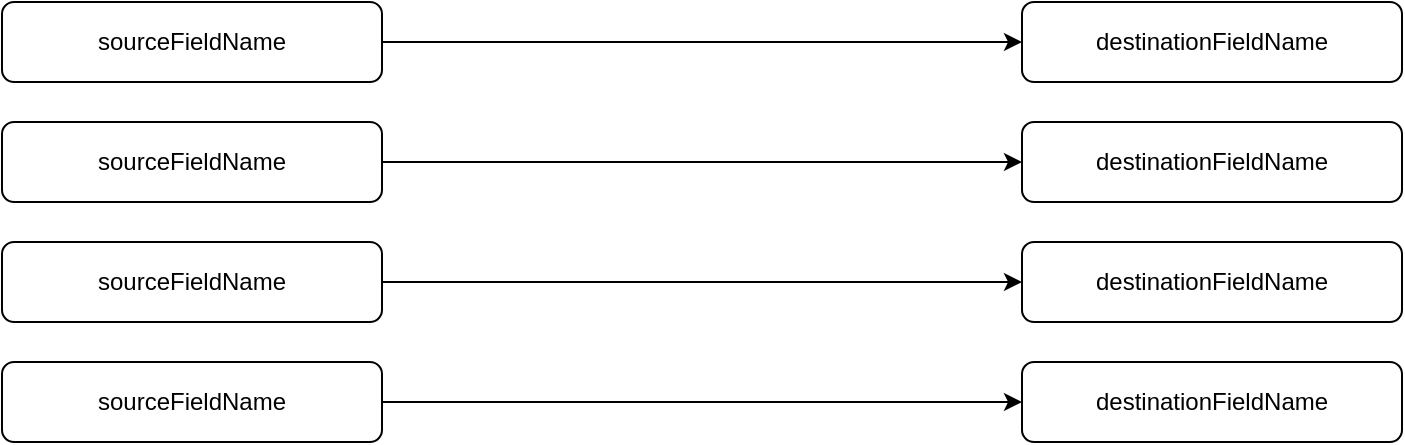
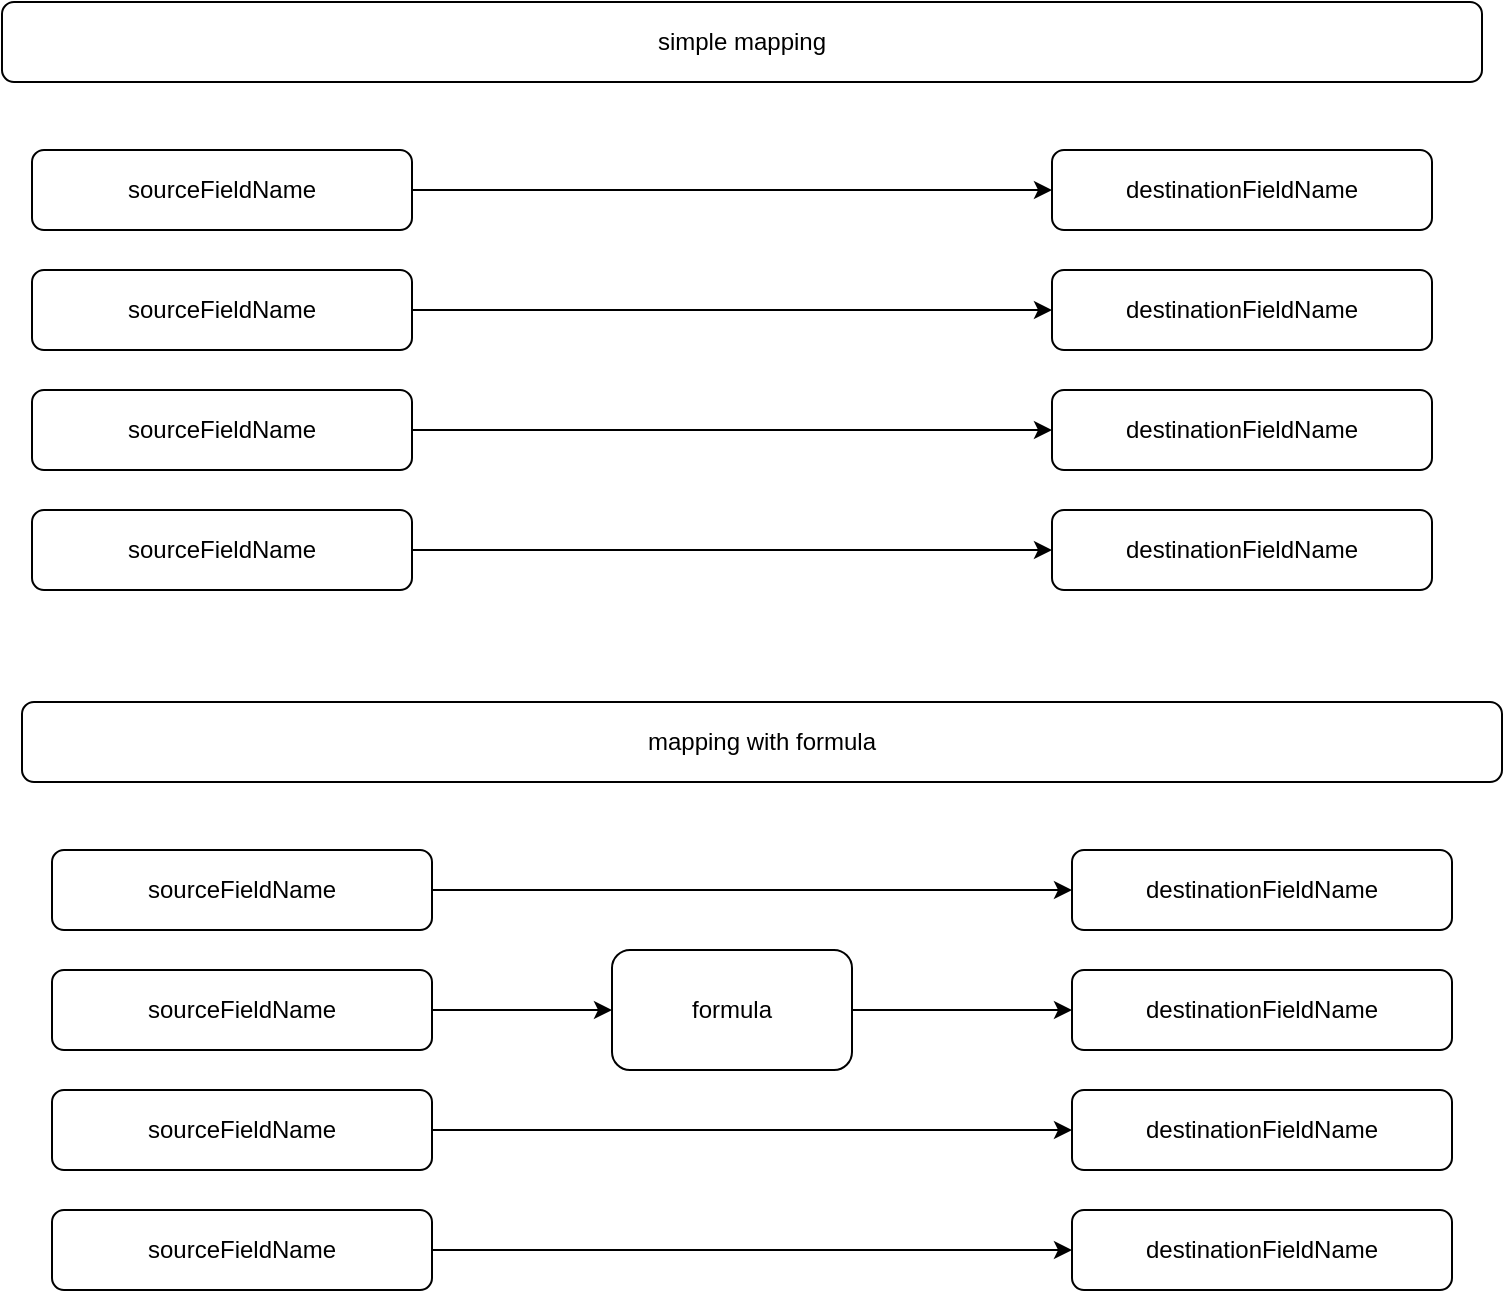
<mxfile host="app.diagrams.net">
  <diagram name="Page-1" id="w0qSyX79uqXvIxm3ApQV">
    <mxGraphModel dx="1030" dy="623" grid="1" gridSize="10" guides="1" tooltips="1" connect="1" arrows="1" fold="1" page="1" pageScale="1" pageWidth="850" pageHeight="1100" math="0" shadow="0">
      <root>
        <mxCell id="0" />
        <mxCell id="1" parent="0" />
+         <mxCell id="C5vNhbu8yeIDAcz09rIj-13" parent="1" style="rounded=1;whiteSpace=wrap;html=1;" value="simple mapping" vertex="1">
+           <mxGeometry height="40" width="740" x="60" y="30" as="geometry" />
+         </mxCell>
        <mxCell id="C5vNhbu8yeIDAcz09rIj-9" edge="1" parent="1" source="C5vNhbu8yeIDAcz09rIj-1" style="edgeStyle=orthogonalEdgeStyle;rounded=0;orthogonalLoop=1;jettySize=auto;html=1;entryX=0;entryY=0.5;entryDx=0;entryDy=0;" target="C5vNhbu8yeIDAcz09rIj-5">
          <mxGeometry relative="1" as="geometry" />
        </mxCell>
        <mxCell id="C5vNhbu8yeIDAcz09rIj-1" parent="1" style="rounded=1;whiteSpace=wrap;html=1;" value="sourceFieldName" vertex="1">
-           <mxGeometry height="40" width="190" x="75" y="50" as="geometry" />
+           <mxGeometry height="40" width="190" x="75" y="104" as="geometry" />
        </mxCell>
        <mxCell id="C5vNhbu8yeIDAcz09rIj-10" edge="1" parent="1" source="C5vNhbu8yeIDAcz09rIj-2" style="edgeStyle=orthogonalEdgeStyle;rounded=0;orthogonalLoop=1;jettySize=auto;html=1;entryX=0;entryY=0.5;entryDx=0;entryDy=0;" target="C5vNhbu8yeIDAcz09rIj-6">
          <mxGeometry relative="1" as="geometry" />
        </mxCell>
        <mxCell id="C5vNhbu8yeIDAcz09rIj-2" parent="1" style="rounded=1;whiteSpace=wrap;html=1;" value="sourceFieldName" vertex="1">
-           <mxGeometry height="40" width="190" x="75" y="110" as="geometry" />
+           <mxGeometry height="40" width="190" x="75" y="164" as="geometry" />
        </mxCell>
        <mxCell id="C5vNhbu8yeIDAcz09rIj-11" edge="1" parent="1" source="C5vNhbu8yeIDAcz09rIj-3" style="edgeStyle=orthogonalEdgeStyle;rounded=0;orthogonalLoop=1;jettySize=auto;html=1;entryX=0;entryY=0.5;entryDx=0;entryDy=0;" target="C5vNhbu8yeIDAcz09rIj-7">
          <mxGeometry relative="1" as="geometry" />
        </mxCell>
        <mxCell id="C5vNhbu8yeIDAcz09rIj-3" parent="1" style="rounded=1;whiteSpace=wrap;html=1;" value="sourceFieldName" vertex="1">
-           <mxGeometry height="40" width="190" x="75" y="170" as="geometry" />
+           <mxGeometry height="40" width="190" x="75" y="224" as="geometry" />
        </mxCell>
        <mxCell id="C5vNhbu8yeIDAcz09rIj-12" edge="1" parent="1" source="C5vNhbu8yeIDAcz09rIj-4" style="edgeStyle=orthogonalEdgeStyle;rounded=0;orthogonalLoop=1;jettySize=auto;html=1;entryX=0;entryY=0.5;entryDx=0;entryDy=0;" target="C5vNhbu8yeIDAcz09rIj-8">
          <mxGeometry relative="1" as="geometry" />
        </mxCell>
        <mxCell id="C5vNhbu8yeIDAcz09rIj-4" parent="1" style="rounded=1;whiteSpace=wrap;html=1;" value="sourceFieldName" vertex="1">
-           <mxGeometry height="40" width="190" x="75" y="230" as="geometry" />
+           <mxGeometry height="40" width="190" x="75" y="284" as="geometry" />
        </mxCell>
        <mxCell id="C5vNhbu8yeIDAcz09rIj-5" parent="1" style="rounded=1;whiteSpace=wrap;html=1;" value="destinationFieldName" vertex="1">
-           <mxGeometry height="40" width="190" x="585" y="50" as="geometry" />
+           <mxGeometry height="40" width="190" x="585" y="104" as="geometry" />
        </mxCell>
        <mxCell id="C5vNhbu8yeIDAcz09rIj-6" parent="1" style="rounded=1;whiteSpace=wrap;html=1;" value="destinationFieldName" vertex="1">
-           <mxGeometry height="40" width="190" x="585" y="110" as="geometry" />
+           <mxGeometry height="40" width="190" x="585" y="164" as="geometry" />
        </mxCell>
        <mxCell id="C5vNhbu8yeIDAcz09rIj-7" parent="1" style="rounded=1;whiteSpace=wrap;html=1;" value="destinationFieldName" vertex="1">
-           <mxGeometry height="40" width="190" x="585" y="170" as="geometry" />
+           <mxGeometry height="40" width="190" x="585" y="224" as="geometry" />
        </mxCell>
        <mxCell id="C5vNhbu8yeIDAcz09rIj-8" parent="1" style="rounded=1;whiteSpace=wrap;html=1;" value="destinationFieldName" vertex="1">
-           <mxGeometry height="40" width="190" x="585" y="230" as="geometry" />
+           <mxGeometry height="40" width="190" x="585" y="284" as="geometry" />
+         </mxCell>
+         <mxCell id="C5vNhbu8yeIDAcz09rIj-14" parent="1" style="rounded=1;whiteSpace=wrap;html=1;" value="mapping with formula" vertex="1">
+           <mxGeometry height="40" width="740" x="70" y="380" as="geometry" />
+         </mxCell>
+         <mxCell id="C5vNhbu8yeIDAcz09rIj-15" edge="1" parent="1" source="C5vNhbu8yeIDAcz09rIj-16" style="edgeStyle=orthogonalEdgeStyle;rounded=0;orthogonalLoop=1;jettySize=auto;html=1;entryX=0;entryY=0.5;entryDx=0;entryDy=0;" target="C5vNhbu8yeIDAcz09rIj-23">
+           <mxGeometry relative="1" as="geometry" />
+         </mxCell>
+         <mxCell id="C5vNhbu8yeIDAcz09rIj-16" parent="1" style="rounded=1;whiteSpace=wrap;html=1;" value="sourceFieldName" vertex="1">
+           <mxGeometry height="40" width="190" x="85" y="454" as="geometry" />
+         </mxCell>
+         <mxCell id="C5vNhbu8yeIDAcz09rIj-28" edge="1" parent="1" source="C5vNhbu8yeIDAcz09rIj-18" style="edgeStyle=orthogonalEdgeStyle;rounded=0;orthogonalLoop=1;jettySize=auto;html=1;entryX=0;entryY=0.5;entryDx=0;entryDy=0;" target="C5vNhbu8yeIDAcz09rIj-27">
+           <mxGeometry relative="1" as="geometry" />
+         </mxCell>
+         <mxCell id="C5vNhbu8yeIDAcz09rIj-18" parent="1" style="rounded=1;whiteSpace=wrap;html=1;" value="sourceFieldName" vertex="1">
+           <mxGeometry height="40" width="190" x="85" y="514" as="geometry" />
+         </mxCell>
+         <mxCell id="C5vNhbu8yeIDAcz09rIj-19" edge="1" parent="1" source="C5vNhbu8yeIDAcz09rIj-20" style="edgeStyle=orthogonalEdgeStyle;rounded=0;orthogonalLoop=1;jettySize=auto;html=1;entryX=0;entryY=0.5;entryDx=0;entryDy=0;" target="C5vNhbu8yeIDAcz09rIj-25">
+           <mxGeometry relative="1" as="geometry" />
+         </mxCell>
+         <mxCell id="C5vNhbu8yeIDAcz09rIj-20" parent="1" style="rounded=1;whiteSpace=wrap;html=1;" value="sourceFieldName" vertex="1">
+           <mxGeometry height="40" width="190" x="85" y="574" as="geometry" />
+         </mxCell>
+         <mxCell id="C5vNhbu8yeIDAcz09rIj-21" edge="1" parent="1" source="C5vNhbu8yeIDAcz09rIj-22" style="edgeStyle=orthogonalEdgeStyle;rounded=0;orthogonalLoop=1;jettySize=auto;html=1;entryX=0;entryY=0.5;entryDx=0;entryDy=0;" target="C5vNhbu8yeIDAcz09rIj-26">
+           <mxGeometry relative="1" as="geometry" />
+         </mxCell>
+         <mxCell id="C5vNhbu8yeIDAcz09rIj-22" parent="1" style="rounded=1;whiteSpace=wrap;html=1;" value="sourceFieldName" vertex="1">
+           <mxGeometry height="40" width="190" x="85" y="634" as="geometry" />
+         </mxCell>
+         <mxCell id="C5vNhbu8yeIDAcz09rIj-23" parent="1" style="rounded=1;whiteSpace=wrap;html=1;" value="destinationFieldName" vertex="1">
+           <mxGeometry height="40" width="190" x="595" y="454" as="geometry" />
+         </mxCell>
+         <mxCell id="C5vNhbu8yeIDAcz09rIj-24" parent="1" style="rounded=1;whiteSpace=wrap;html=1;" value="destinationFieldName" vertex="1">
+           <mxGeometry height="40" width="190" x="595" y="514" as="geometry" />
+         </mxCell>
+         <mxCell id="C5vNhbu8yeIDAcz09rIj-25" parent="1" style="rounded=1;whiteSpace=wrap;html=1;" value="destinationFieldName" vertex="1">
+           <mxGeometry height="40" width="190" x="595" y="574" as="geometry" />
+         </mxCell>
+         <mxCell id="C5vNhbu8yeIDAcz09rIj-26" parent="1" style="rounded=1;whiteSpace=wrap;html=1;" value="destinationFieldName" vertex="1">
+           <mxGeometry height="40" width="190" x="595" y="634" as="geometry" />
+         </mxCell>
+         <mxCell id="C5vNhbu8yeIDAcz09rIj-29" edge="1" parent="1" source="C5vNhbu8yeIDAcz09rIj-27" style="edgeStyle=orthogonalEdgeStyle;rounded=0;orthogonalLoop=1;jettySize=auto;html=1;entryX=0;entryY=0.5;entryDx=0;entryDy=0;" target="C5vNhbu8yeIDAcz09rIj-24">
+           <mxGeometry relative="1" as="geometry">
+             <mxPoint x="590" y="534" as="targetPoint" />
+           </mxGeometry>
+         </mxCell>
+         <mxCell id="C5vNhbu8yeIDAcz09rIj-27" parent="1" style="rounded=1;whiteSpace=wrap;html=1;" value="formula" vertex="1">
+           <mxGeometry height="60" width="120" x="365" y="504" as="geometry" />
        </mxCell>
      </root>
    </mxGraphModel>
  </diagram>
</mxfile>
